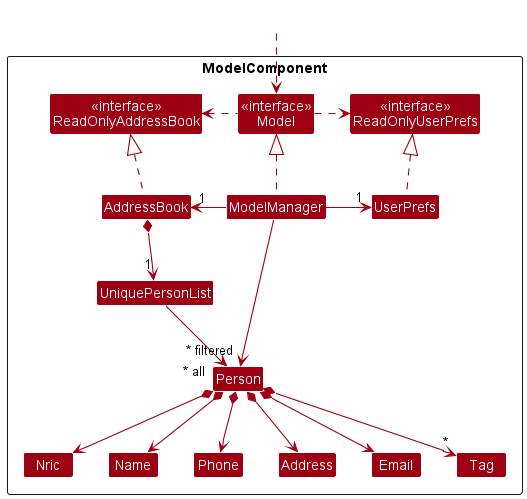
The PlantUML diagram docs/images/NricModelClassDiagram.png in nus-cs2103-AY2223S2/tp, before a commit.
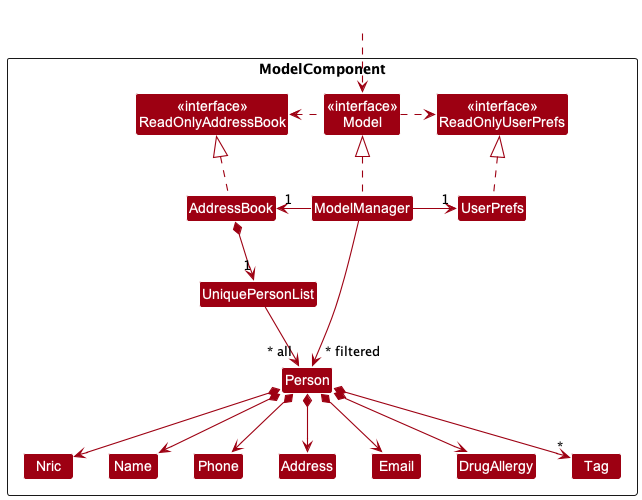
Above is the later version.

The edit, as a diff of the source:
```diff
@@ -19,6 +19,7 @@
 Class Name
 Class Nric
 Class Phone
+Class DrugAllergy
 Class Tag
 
 }
@@ -42,6 +43,7 @@
 Person *--> Phone
 Person *--> Email
 Person *--> Address
+Person *--> DrugAllergy
 Person *--> "*" Tag
 
 Nric -[hidden]right-> Name
```
